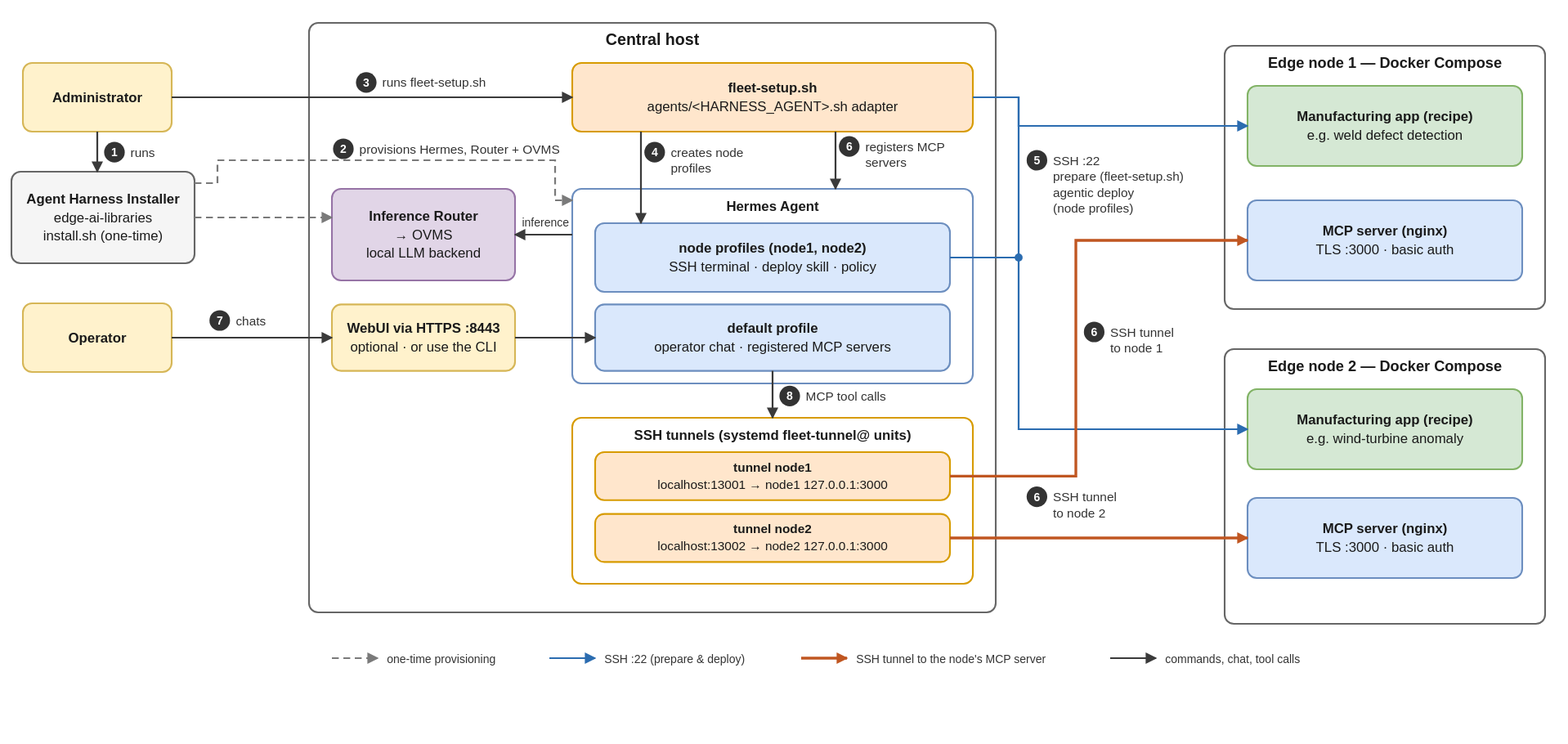
open-edge-platform/manufacturing-ai-suite keeps this draw.io diagram as factory-defects-inspector-agent/docs/user-guide/_assets/fdi-deployment-architecture.drawio.svg. Above is the earlier version. Source tidied: cells renumbered, new cells last; positions are measured from the earlier drawing's top-left corner, leaving out a move shared by most shapes.
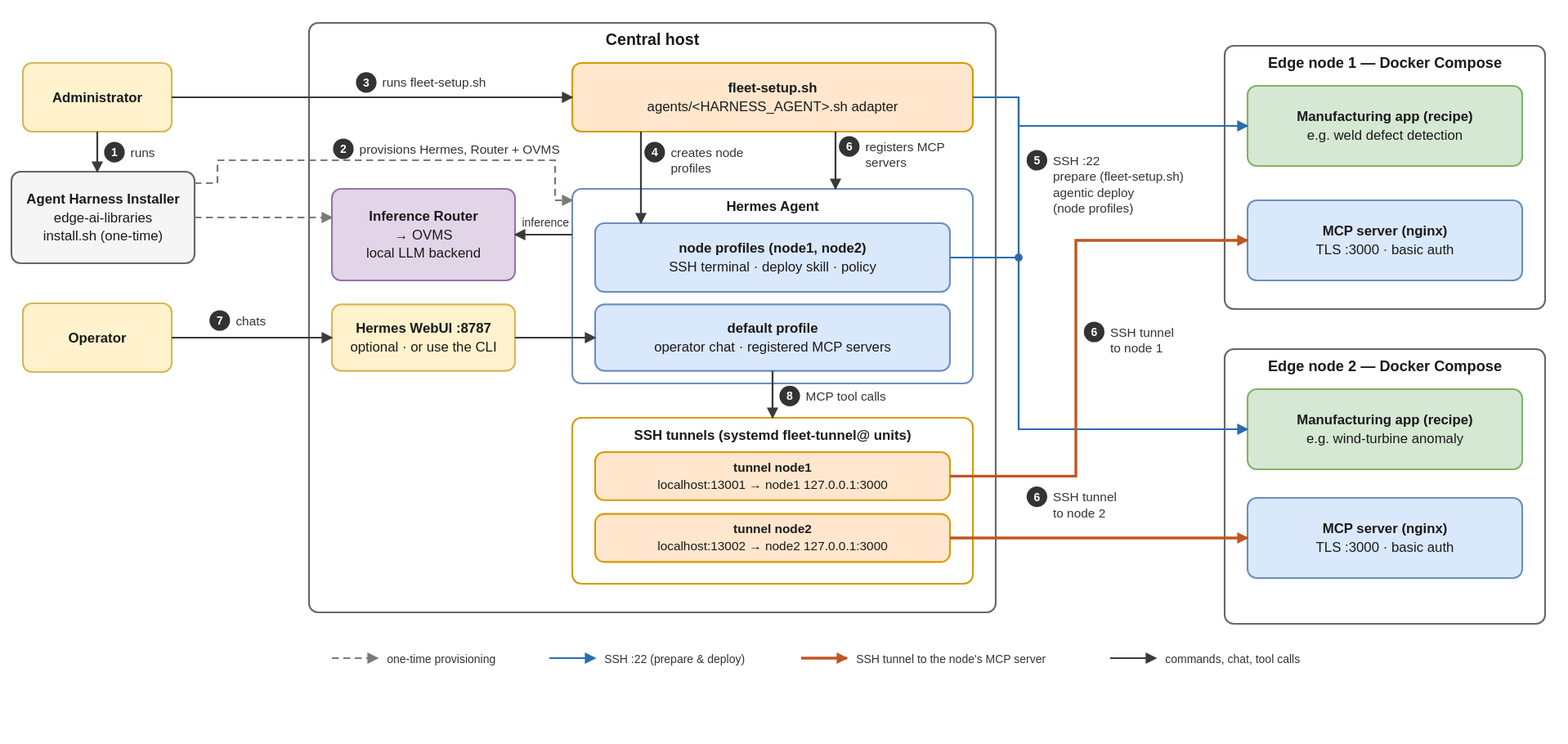
Above is the later version.

Commit message:
docs(factory-defects-inspector-agent): trim WebUI proxy changes

What changed in the source:
```diff
@@ -26,7 +26,7 @@
     <mxCell id="9" value="Inference Router&lt;br&gt;→ OVMS&lt;br&gt;local LLM backend" style="rounded=1;whiteSpace=wrap;html=1;fillColor=#e1d5e7;strokeColor=#9673a6;fontStyle=1;fontSize=12;" parent="1" vertex="1">
       <mxGeometry x="280" y="145" width="160" height="80" as="geometry" />
     </mxCell>
-    <mxCell id="10" value="WebUI via HTTPS :8443&lt;br&gt;optional · or use the CLI" style="rounded=1;whiteSpace=wrap;html=1;fillColor=#fff2cc;strokeColor=#d6b656;fontStyle=1;fontSize=12;" parent="1" vertex="1">
+    <mxCell id="10" value="Hermes WebUI :8787&lt;br&gt;optional · or use the CLI" style="rounded=1;whiteSpace=wrap;html=1;fillColor=#fff2cc;strokeColor=#d6b656;fontStyle=1;fontSize=12;" parent="1" vertex="1">
       <mxGeometry x="280" y="246" width="160" height="58" as="geometry" />
     </mxCell>
     <mxCell id="11" value="default profile&lt;br&gt;operator chat · registered MCP servers" style="rounded=1;whiteSpace=wrap;html=1;fillColor=#dae8fc;strokeColor=#6c8ebf;fontStyle=1;fontSize=12;" parent="1" vertex="1">
```
